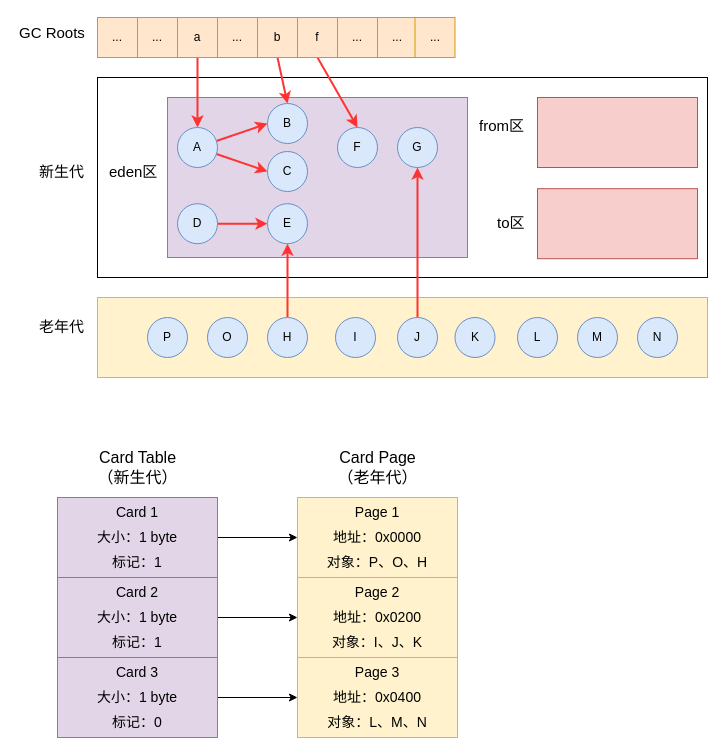
Earlier version of the draw.io diagram 图解 Remembered Set、Card Table、Write Barrier/图解 Remembered Set、Card Table、Write Barrier.drawio (zero-97/picture-of-the-article). Source tidied: cells renumbered, new cells numbered last; positions are measured from the earlier drawing's top-left corner, leaving out a move shared by most shapes. Both pictures are drawn from the tidied source at 100%, with x=0, y=0 at pixel (17, 17).
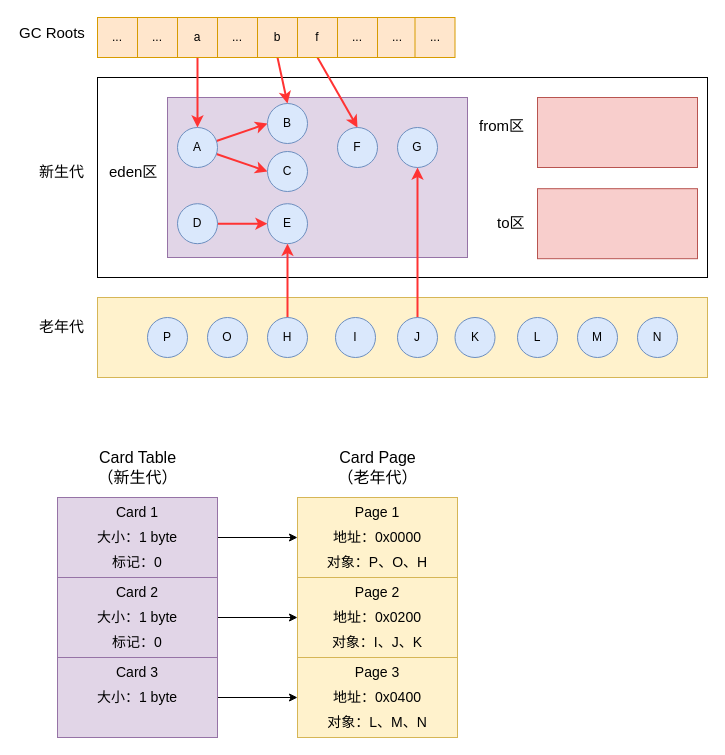
The same page after the edit.

The change refers to these unchanged cells:
```xml
<mxCell id="68" style="group;fillColor=#e1d5e7;strokeColor=#9673a6;" parent="66" vertex="1">
  <mxGeometry y="50" width="160" height="80" as="geometry" />
</mxCell>
<mxCell id="73" style="group;fillColor=#e1d5e7;strokeColor=#9673a6;" parent="66" vertex="1">
  <mxGeometry y="130" width="160" height="80" as="geometry" />
</mxCell>
<mxCell id="78" style="group;" parent="66" vertex="1">
  <mxGeometry y="210" width="160" height="80" as="geometry" />
</mxCell>
```

What changed in the source:
```diff
@@
-    <mxCell id="72" value="标记：1" style="text;html=1;strokeColor=none;fillColor=none;align=center;verticalAlign=middle;whiteSpace=wrap;rounded=0;fontSize=14;" parent="68" vertex="1">
+    <mxCell id="72" value="标记：0" style="text;html=1;strokeColor=none;fillColor=none;align=center;verticalAlign=middle;whiteSpace=wrap;rounded=0;fontSize=14;" parent="68" vertex="1">
       <mxGeometry x="30" y="50" width="100" height="30" as="geometry" />
     </mxCell>
@@
-    <mxCell id="77" value="标记：1" style="text;html=1;strokeColor=none;fillColor=none;align=center;verticalAlign=middle;whiteSpace=wrap;rounded=0;fontSize=14;" parent="73" vertex="1">
+    <mxCell id="77" value="标记：0" style="text;html=1;strokeColor=none;fillColor=none;align=center;verticalAlign=middle;whiteSpace=wrap;rounded=0;fontSize=14;" parent="73" vertex="1">
       <mxGeometry x="30" y="50" width="100" height="30" as="geometry" />
     </mxCell>
@@
-    <mxCell id="82" value="标记：0" style="text;html=1;strokeColor=none;fillColor=none;align=center;verticalAlign=middle;whiteSpace=wrap;rounded=0;fontSize=14;" parent="78" vertex="1">
-      <mxGeometry x="30" y="50" width="100" height="30" as="geometry" />
-    </mxCell>
```
